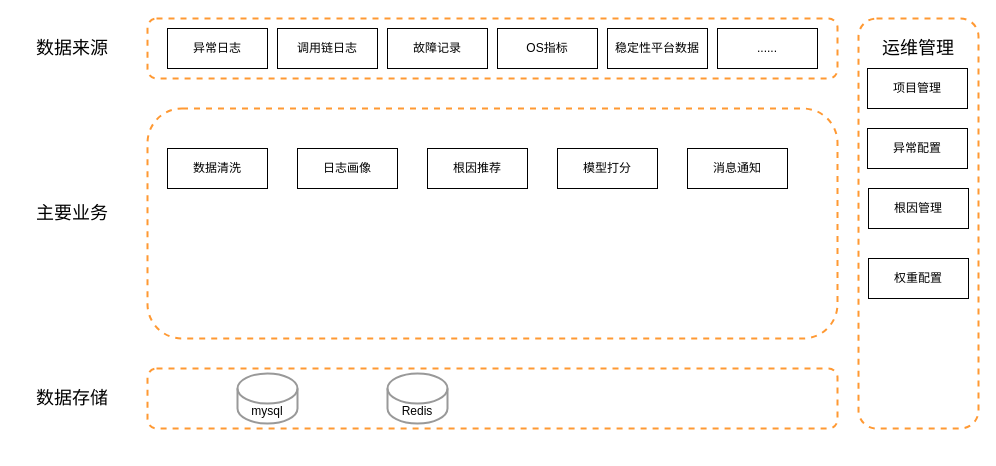
Before: drawio/服务体检平台.drawio in xiaofang168/files, a draw.io diagram. Source tidied: cells renumbered, new cells numbered last; positions are measured from the earlier drawing's top-left corner, leaving out a move shared by most shapes. Both pictures are drawn from the tidied source at 100%, with x=0, y=0 at pixel (17, 18).
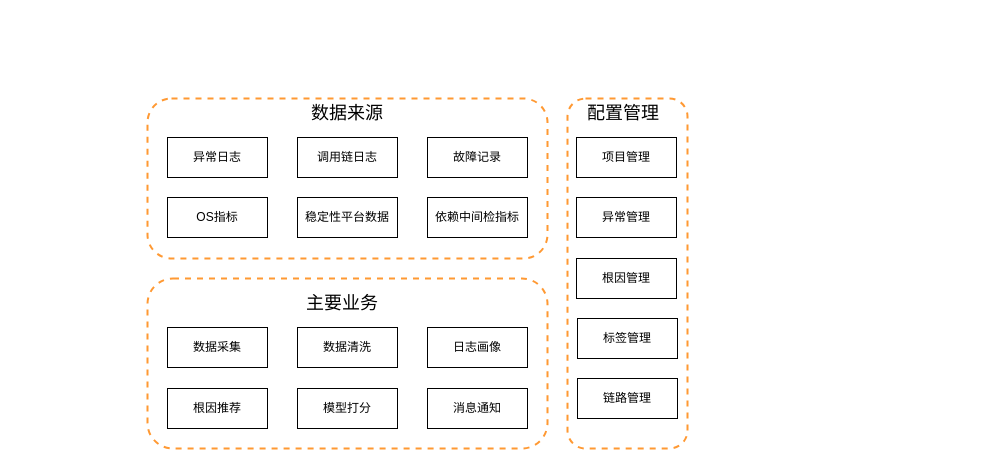
The same diagram, later.

Commit message (it also covers changes not shown here):
Update 服务体检平台.drawio

What changed in the source:
```diff
@@
     <mxCell id="2" style="rounded=1;whiteSpace=wrap;html=1;dashed=1;fillColor=none;strokeWidth=2;strokeColor=#FF9933;" parent="1" vertex="1">
-      <mxGeometry x="130" width="690" height="60" as="geometry" />
+      <mxGeometry x="130" y="80" width="400" height="160" as="geometry" />
     </mxCell>
     <mxCell id="3" value="异常日志" style="rounded=0;whiteSpace=wrap;html=1;" parent="1" vertex="1">
-      <mxGeometry x="150" y="10" width="100" height="40" as="geometry" />
+      <mxGeometry x="150" y="119" width="100" height="40" as="geometry" />
     </mxCell>
     <mxCell id="4" value="数据来源" style="text;html=1;strokeColor=none;fillColor=none;align=center;verticalAlign=middle;whiteSpace=wrap;rounded=0;fontSize=18;" parent="1" vertex="1">
-      <mxGeometry y="15" width="110" height="30" as="geometry" />
+      <mxGeometry x="275" y="80" width="110" height="30" as="geometry" />
     </mxCell>
     <mxCell id="5" value="稳定性平台数据" style="rounded=0;whiteSpace=wrap;html=1;" parent="1" vertex="1">
-      <mxGeometry x="590" y="10" width="100" height="40" as="geometry" />
+      <mxGeometry x="280" y="179" width="100" height="40" as="geometry" />
     </mxCell>
     <mxCell id="6" style="rounded=1;whiteSpace=wrap;html=1;dashed=1;fillColor=none;strokeWidth=2;strokeColor=#FF9933;" parent="1" vertex="1">
-      <mxGeometry x="130" y="90" width="690" height="230" as="geometry" />
+      <mxGeometry x="130" y="260" width="400" height="170" as="geometry" />
     </mxCell>
     <mxCell id="7" value="OS指标" style="rounded=0;whiteSpace=wrap;html=1;" parent="1" vertex="1">
-      <mxGeometry x="480" y="10" width="100" height="40" as="geometry" />
+      <mxGeometry x="150" y="179" width="100" height="40" as="geometry" />
     </mxCell>
     <mxCell id="8" value="日志画像" style="rounded=0;whiteSpace=wrap;html=1;" parent="1" vertex="1">
-      <mxGeometry x="280" y="130" width="100" height="40" as="geometry" />
+      <mxGeometry x="410" y="309" width="100" height="40" as="geometry" />
     </mxCell>
-    <mxCell id="9" style="rounded=1;whiteSpace=wrap;html=1;fillColor=none;dashed=1;strokeWidth=2;strokeColor=#FF9933;" parent="1" vertex="1">
-      <mxGeometry x="130" y="350" width="690" height="60" as="geometry" />
-    </mxCell>
     <mxCell id="10" value="主要业务" style="text;html=1;strokeColor=none;fillColor=none;align=center;verticalAlign=middle;whiteSpace=wrap;rounded=0;fontSize=18;" parent="1" vertex="1">
-      <mxGeometry y="180" width="110" height="30" as="geometry" />
+      <mxGeometry x="270" y="270" width="110" height="30" as="geometry" />
     </mxCell>
-    <mxCell id="11" value="数据存储" style="text;html=1;strokeColor=none;fillColor=none;align=center;verticalAlign=middle;whiteSpace=wrap;rounded=0;fontSize=18;" parent="1" vertex="1">
-      <mxGeometry y="365" width="110" height="30" as="geometry" />
-    </mxCell>
     <mxCell id="12" style="rounded=1;whiteSpace=wrap;html=1;dashed=1;strokeWidth=2;strokeColor=#FF9933;fillColor=none;" parent="1" vertex="1">
-      <mxGeometry x="841" width="120" height="410" as="geometry" />
+      <mxGeometry x="550" y="80" width="120" height="350" as="geometry" />
     </mxCell>
-    <mxCell id="13" value="运维管理" style="text;html=1;strokeColor=none;fillColor=none;align=center;verticalAlign=middle;whiteSpace=wrap;rounded=0;fontSize=18;" parent="1" vertex="1">
-      <mxGeometry x="846" y="15" width="110" height="30" as="geometry" />
+    <mxCell id="13" value="配置管理" style="text;html=1;strokeColor=none;fillColor=none;align=center;verticalAlign=middle;whiteSpace=wrap;rounded=0;fontSize=18;" parent="1" vertex="1">
+      <mxGeometry x="551" y="80" width="110" height="30" as="geometry" />
     </mxCell>
     <mxCell id="14" value="调用链日志" style="rounded=0;whiteSpace=wrap;html=1;" parent="1" vertex="1">
-      <mxGeometry x="260" y="10" width="100" height="40" as="geometry" />
+      <mxGeometry x="280" y="119" width="100" height="40" as="geometry" />
     </mxCell>
     <mxCell id="15" value="故障记录" style="rounded=0;whiteSpace=wrap;html=1;" parent="1" vertex="1">
-      <mxGeometry x="370" y="10" width="100" height="40" as="geometry" />
+      <mxGeometry x="410" y="119" width="100" height="40" as="geometry" />
     </mxCell>
-    <mxCell id="16" value="......" style="rounded=0;whiteSpace=wrap;html=1;" parent="1" vertex="1">
-      <mxGeometry x="700" y="10" width="100" height="40" as="geometry" />
+    <mxCell id="16" value="依赖中间检指标" style="rounded=0;whiteSpace=wrap;html=1;" parent="1" vertex="1">
+      <mxGeometry x="410" y="179" width="100" height="40" as="geometry" />
     </mxCell>
     <mxCell id="17" value="根因推荐" style="rounded=0;whiteSpace=wrap;html=1;" parent="1" vertex="1">
-      <mxGeometry x="410" y="130" width="100" height="40" as="geometry" />
+      <mxGeometry x="150" y="370" width="100" height="40" as="geometry" />
     </mxCell>
-    <mxCell id="18" value="数据清洗" style="rounded=0;whiteSpace=wrap;html=1;" parent="1" vertex="1">
-      <mxGeometry x="150" y="130" width="100" height="40" as="geometry" />
+    <mxCell id="18" value="数据采集" style="rounded=0;whiteSpace=wrap;html=1;" parent="1" vertex="1">
+      <mxGeometry x="150" y="309" width="100" height="40" as="geometry" />
     </mxCell>
-    <mxCell id="19" value="异常配置" style="rounded=0;whiteSpace=wrap;html=1;" parent="1" vertex="1">
-      <mxGeometry x="850" y="110" width="100" height="40" as="geometry" />
+    <mxCell id="19" value="异常管理" style="rounded=0;whiteSpace=wrap;html=1;" parent="1" vertex="1">
+      <mxGeometry x="559" y="179" width="100" height="40" as="geometry" />
     </mxCell>
     <mxCell id="20" value="项目管理" style="rounded=0;whiteSpace=wrap;html=1;" parent="1" vertex="1">
-      <mxGeometry x="850" y="50" width="100" height="40" as="geometry" />
+      <mxGeometry x="559" y="119" width="100" height="40" as="geometry" />
     </mxCell>
     <mxCell id="21" value="根因管理" style="rounded=0;whiteSpace=wrap;html=1;" parent="1" vertex="1">
-      <mxGeometry x="851" y="170" width="100" height="40" as="geometry" />
+      <mxGeometry x="559" y="240" width="100" height="40" as="geometry" />
     </mxCell>
     <mxCell id="22" value="模型打分" style="rounded=0;whiteSpace=wrap;html=1;" parent="1" vertex="1">
-      <mxGeometry x="540" y="130" width="100" height="40" as="geometry" />
+      <mxGeometry x="280" y="370" width="100" height="40" as="geometry" />
     </mxCell>
-    <mxCell id="23" value="mysql" style="shape=cylinder3;whiteSpace=wrap;html=1;boundedLbl=1;backgroundOutline=1;size=15;strokeColor=#999999;strokeWidth=2;fillColor=none;" parent="1" vertex="1">
-      <mxGeometry x="220" y="355" width="60" height="50" as="geometry" />
-    </mxCell>
-    <mxCell id="24" value="Redis" style="shape=cylinder3;whiteSpace=wrap;html=1;boundedLbl=1;backgroundOutline=1;size=15;strokeColor=#999999;strokeWidth=2;fillColor=none;" parent="1" vertex="1">
-      <mxGeometry x="370" y="355" width="60" height="50" as="geometry" />
-    </mxCell>
     <mxCell id="25" value="消息通知" style="rounded=0;whiteSpace=wrap;html=1;" parent="1" vertex="1">
-      <mxGeometry x="670" y="130" width="100" height="40" as="geometry" />
+      <mxGeometry x="410" y="370" width="100" height="40" as="geometry" />
     </mxCell>
-    <mxCell id="26" value="权重配置" style="rounded=0;whiteSpace=wrap;html=1;" parent="1" vertex="1">
-      <mxGeometry x="851" y="240" width="100" height="40" as="geometry" />
+    <mxCell id="26" value="标签管理" style="rounded=0;whiteSpace=wrap;html=1;" parent="1" vertex="1">
+      <mxGeometry x="560" y="300" width="100" height="40" as="geometry" />
     </mxCell>
+    <mxCell id="27" value="链路管理" style="rounded=0;whiteSpace=wrap;html=1;" parent="1" vertex="1">
+      <mxGeometry x="560" y="360" width="100" height="40" as="geometry" />
+    </mxCell>
+    <mxCell id="28" value="数据清洗" style="rounded=0;whiteSpace=wrap;html=1;" parent="1" vertex="1">
+      <mxGeometry x="280" y="309" width="100" height="40" as="geometry" />
+    </mxCell>
```
